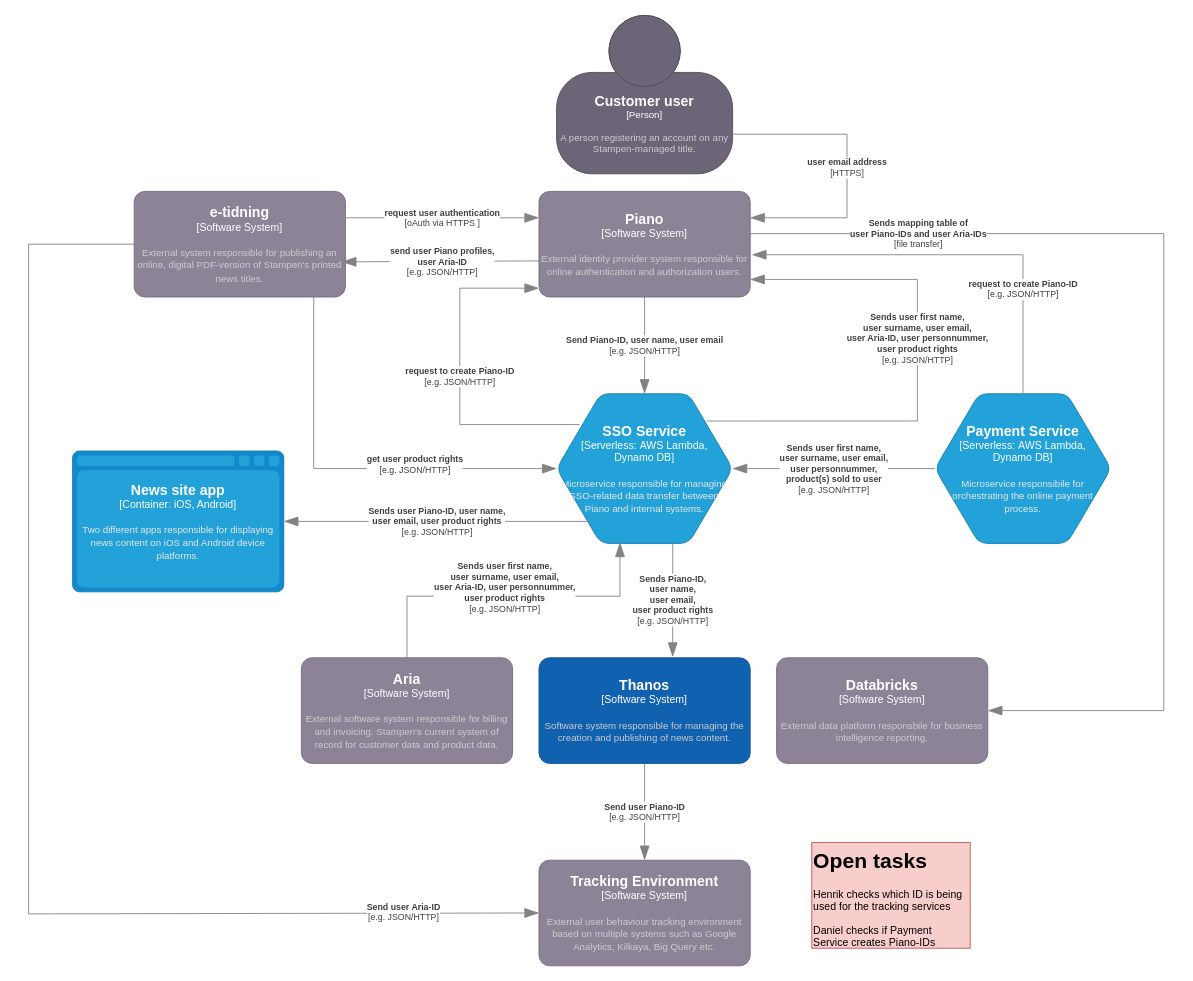
Above: context diagram Piano & SSO Service.drawio in SLM-Development/diagrams (draw.io), before the change. Source tidied: cells renumbered, new cells numbered last; positions are measured from the earlier drawing's top-left corner, leaving out a move shared by most shapes. Both pictures are drawn from the tidied source at 88%, with x=0, y=0 at pixel (28, 15).
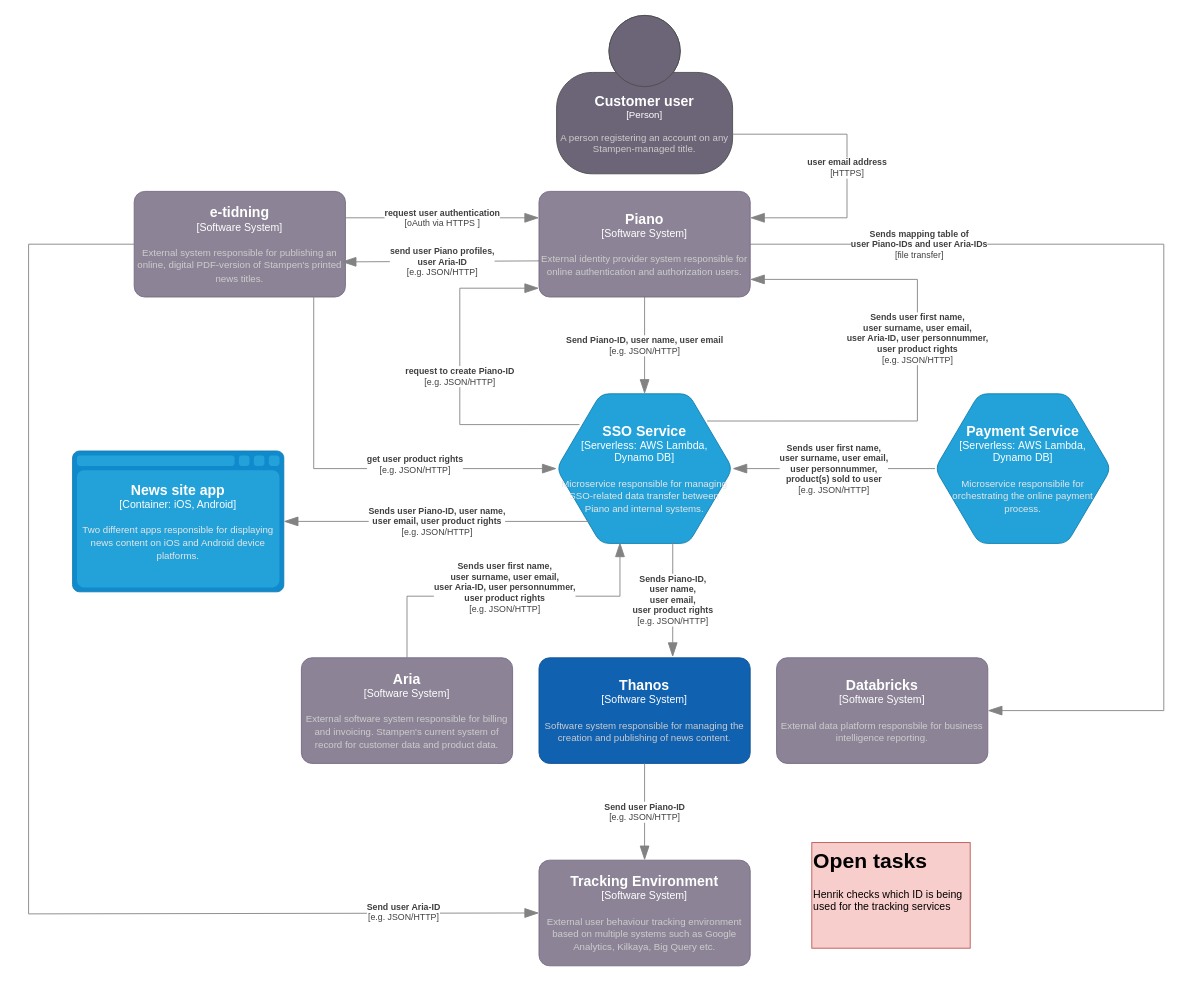
The same diagram, later.

Unchanged cells that the change refers to:
```xml
<object id="11" label="&lt;font style=&quot;font-size: 16px&quot;&gt;&lt;b&gt;%c4Name%&lt;/b&gt;&lt;/font&gt;&lt;div&gt;[%c4Type%:&amp;nbsp;%c4Technology%]&lt;/div&gt;&lt;br&gt;&lt;div&gt;&lt;font style=&quot;font-size: 11px&quot;&gt;&lt;font color=&quot;#E6E6E6&quot;&gt;%c4Description%&lt;/font&gt;&lt;/div&gt;" c4Description="Microservice responsibile for orchestrating the online payment process." c4Name="Payment Service" c4Technology="AWS Lambda, &#10;Dynamo DB" c4Type="Serverless" placeholders="1">
  <mxCell style="shape=hexagon;size=50;perimeter=hexagonPerimeter2;whiteSpace=wrap;html=1;fixedSize=1;rounded=1;labelBackgroundColor=none;fillColor=#23A2D9;fontSize=12;fontColor=#ffffff;align=center;strokeColor=#0E7DAD;points=[[0.5,0,0],[1,0.25,0],[1,0.5,0],[1,0.75,0],[0.5,1,0],[0,0.75,0],[0,0.5,0],[0,0.25,0]];" parent="1" vertex="1">
    <mxGeometry x="1030" y="430" width="200" height="170" as="geometry" />
  </mxCell>
</object>
<object id="19" label="&lt;font style=&quot;font-size: 16px&quot;&gt;&lt;b&gt;%c4Name%&lt;/b&gt;&lt;/font&gt;&lt;div&gt;[%c4Type%]&lt;/div&gt;&lt;br&gt;&lt;div&gt;&lt;font style=&quot;font-size: 11px&quot;&gt;&lt;font color=&quot;#cccccc&quot;&gt;%c4Description%&lt;/font&gt;&lt;/div&gt;" c4Description="External data platform responsbile for business intelligence reporting." c4Name="Databricks" c4Type="Software System" placeholders="1">
  <mxCell style="rounded=1;whiteSpace=wrap;html=1;labelBackgroundColor=none;fillColor=#8C8496;fontColor=#ffffff;align=center;arcSize=10;strokeColor=#736782;points=[[0.25,0,0],[0.5,0,0],[0.75,0,0],[1,0.25,0],[1,0.5,0],[1,0.75,0],[0.75,1,0],[0.5,1,0],[0.25,1,0],[0,0.75,0],[0,0.5,0],[0,0.25,0]];" parent="1" vertex="1">
    <mxGeometry x="850" y="730" width="240" height="120" as="geometry" />
  </mxCell>
</object>
<object id="24" label="&lt;font style=&quot;font-size: 16px&quot;&gt;&lt;b&gt;%c4Name%&lt;/b&gt;&lt;/font&gt;&lt;div&gt;[%c4Type%]&lt;/div&gt;&lt;br&gt;&lt;div&gt;&lt;font style=&quot;font-size: 11px&quot;&gt;&lt;font color=&quot;#cccccc&quot;&gt;%c4Description%&lt;/font&gt;&lt;/div&gt;" c4Description="External identity provider system responsible for online authentication and authorization users." c4Name="Piano" c4Type="Software System" placeholders="1">
  <mxCell style="rounded=1;whiteSpace=wrap;html=1;labelBackgroundColor=none;fillColor=#8C8496;fontColor=#ffffff;align=center;arcSize=10;strokeColor=#736782;points=[[0.25,0,0],[0.5,0,0],[0.75,0,0],[1,0.25,0],[1,0.5,0],[1,0.75,0],[0.75,1,0],[0.5,1,0],[0.25,1,0],[0,0.75,0],[0,0.5,0],[0,0.25,0]];" parent="1" vertex="1">
    <mxGeometry x="580" y="200" width="240" height="120" as="geometry" />
  </mxCell>
</object>
```

What changed in the source:
```diff
@@
     <object id="8" label="&lt;div style=&quot;text-align: left&quot;&gt;&lt;div style=&quot;text-align: center&quot;&gt;&lt;b&gt;%c4Description%&lt;/b&gt;&lt;/div&gt;&lt;div style=&quot;text-align: center&quot;&gt;[%c4Technology%]&lt;/div&gt;&lt;/div&gt;" c4Description="Sends mapping table of &#10;user Piano-IDs and user Aria-IDs" c4Technology="file transfer" placeholders="1">
-      <mxCell style="endArrow=blockThin;html=1;fontSize=10;fontColor=#404040;strokeWidth=1;endFill=1;strokeColor=#828282;elbow=vertical;endSize=14;startSize=14;jumpStyle=arc;jumpSize=16;rounded=0;edgeStyle=orthogonalEdgeStyle;exitX=0.983;exitY=0.4;exitDx=0;exitDy=0;exitPerimeter=0;entryX=1;entryY=0.5;entryDx=0;entryDy=0;entryPerimeter=0;" parent="1" edge="1" source="24" target="19">
+      <mxCell style="endArrow=blockThin;html=1;fontSize=10;fontColor=#404040;strokeWidth=1;endFill=1;strokeColor=#828282;elbow=vertical;endSize=14;startSize=14;jumpStyle=arc;jumpSize=16;rounded=0;edgeStyle=orthogonalEdgeStyle;exitX=1;exitY=0.5;exitDx=0;exitDy=0;exitPerimeter=0;entryX=1;entryY=0.5;entryDx=0;entryDy=0;entryPerimeter=0;" parent="1" edge="1" source="24" target="19">
         <mxGeometry x="-0.68" relative="1" as="geometry">
           <Array as="points">
-            <mxPoint x="1290" y="248" />
+            <mxPoint x="1290" y="260" />
             <mxPoint x="1290" y="790" />
           </Array>
         </mxGeometry>
       </mxCell>
     </object>
@@
-    <mxCell id="20" value="&lt;h1 style=&quot;margin-top: 0px;&quot;&gt;Open tasks&lt;/h1&gt;&lt;p&gt;Henrik checks which ID is being used for the tracking services&lt;/p&gt;&lt;p&gt;Daniel checks if Payment Service creates Piano-IDs&lt;/p&gt;" style="text;html=1;whiteSpace=wrap;overflow=hidden;rounded=0;fillColor=#f8cecc;strokeColor=#b85450;" parent="1" vertex="1">
+    <mxCell id="20" value="&lt;h1 style=&quot;margin-top: 0px;&quot;&gt;Open tasks&lt;/h1&gt;&lt;p&gt;Henrik checks which ID is being used for the tracking services&lt;br&gt;&lt;/p&gt;" style="text;html=1;whiteSpace=wrap;overflow=hidden;rounded=0;fillColor=#f8cecc;strokeColor=#b85450;" parent="1" vertex="1">
       <mxGeometry x="890" y="940" width="180" height="120" as="geometry" />
     </mxCell>
@@
-    <object id="26" label="&lt;div style=&quot;text-align: left&quot;&gt;&lt;div style=&quot;text-align: center&quot;&gt;&lt;b&gt;%c4Description%&lt;/b&gt;&lt;/div&gt;&lt;div style=&quot;text-align: center&quot;&gt;[%c4Technology%]&lt;/div&gt;&lt;/div&gt;" c4Description="request to create Piano-ID" c4Technology="e.g. JSON/HTTP" placeholders="1">
-      <mxCell style="endArrow=blockThin;html=1;fontSize=10;fontColor=#404040;strokeWidth=1;endFill=1;strokeColor=#828282;elbow=vertical;endSize=14;startSize=14;jumpStyle=arc;jumpSize=16;rounded=0;edgeStyle=orthogonalEdgeStyle;exitX=0.5;exitY=0;exitDx=0;exitDy=0;exitPerimeter=0;entryX=1.008;entryY=0.6;entryDx=0;entryDy=0;entryPerimeter=0;" parent="1" edge="1" source="11" target="24">
-        <mxGeometry x="-0.49" relative="1" as="geometry">
-          <Array as="points">
-            <mxPoint x="1130" y="272" />
-          </Array>
-        </mxGeometry>
-      </mxCell>
-    </object>
```
